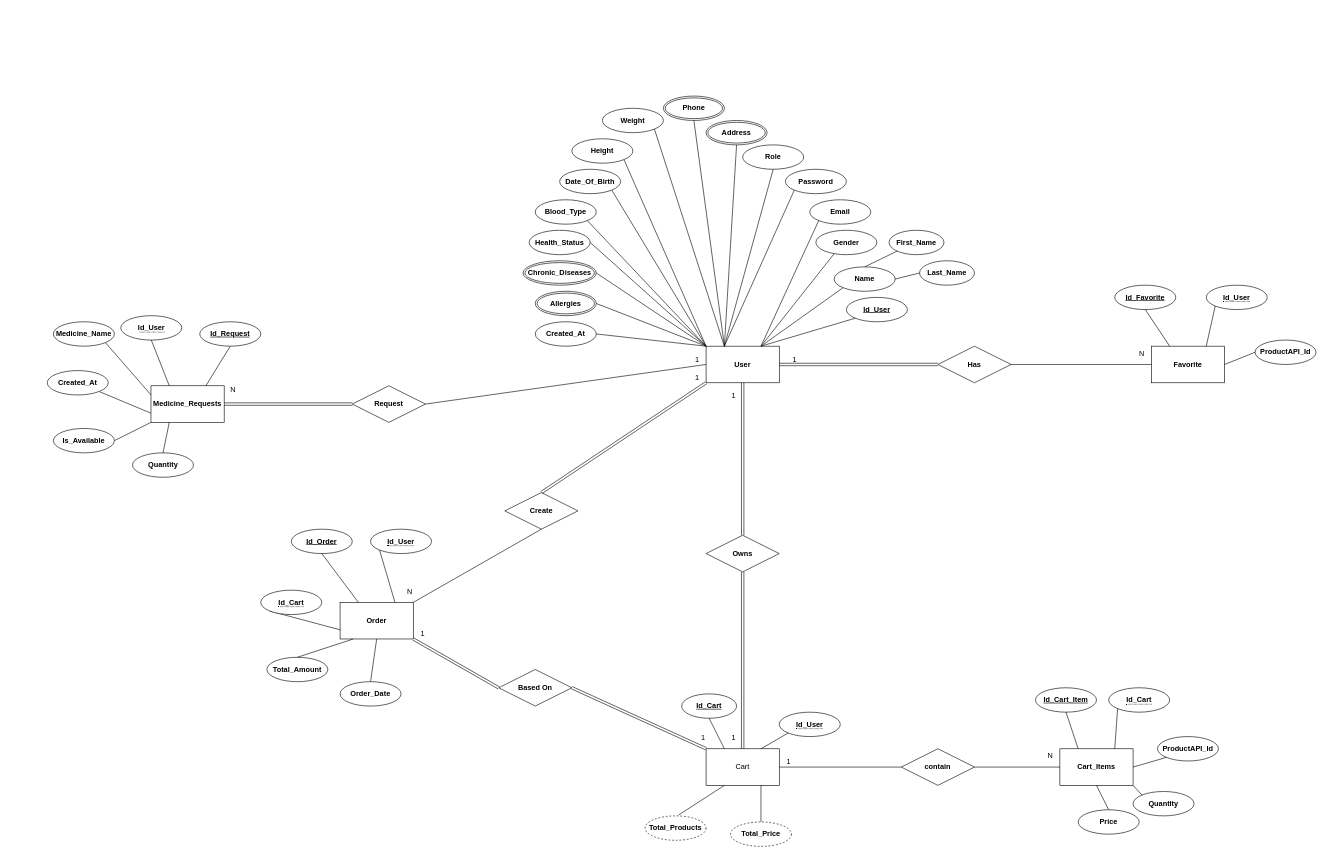
Before: Web Site Project/ERD and Schema/ERD/ERD.drawio.drawio in Amir-Adel-1/Graduation-Project, a draw.io diagram. Source tidied: cells renumbered, new cells numbered last; positions are measured from the earlier drawing's top-left corner, leaving out a move shared by most shapes. Both pictures are drawn from the tidied source at 61%, with x=0, y=0 at pixel (47, 96).
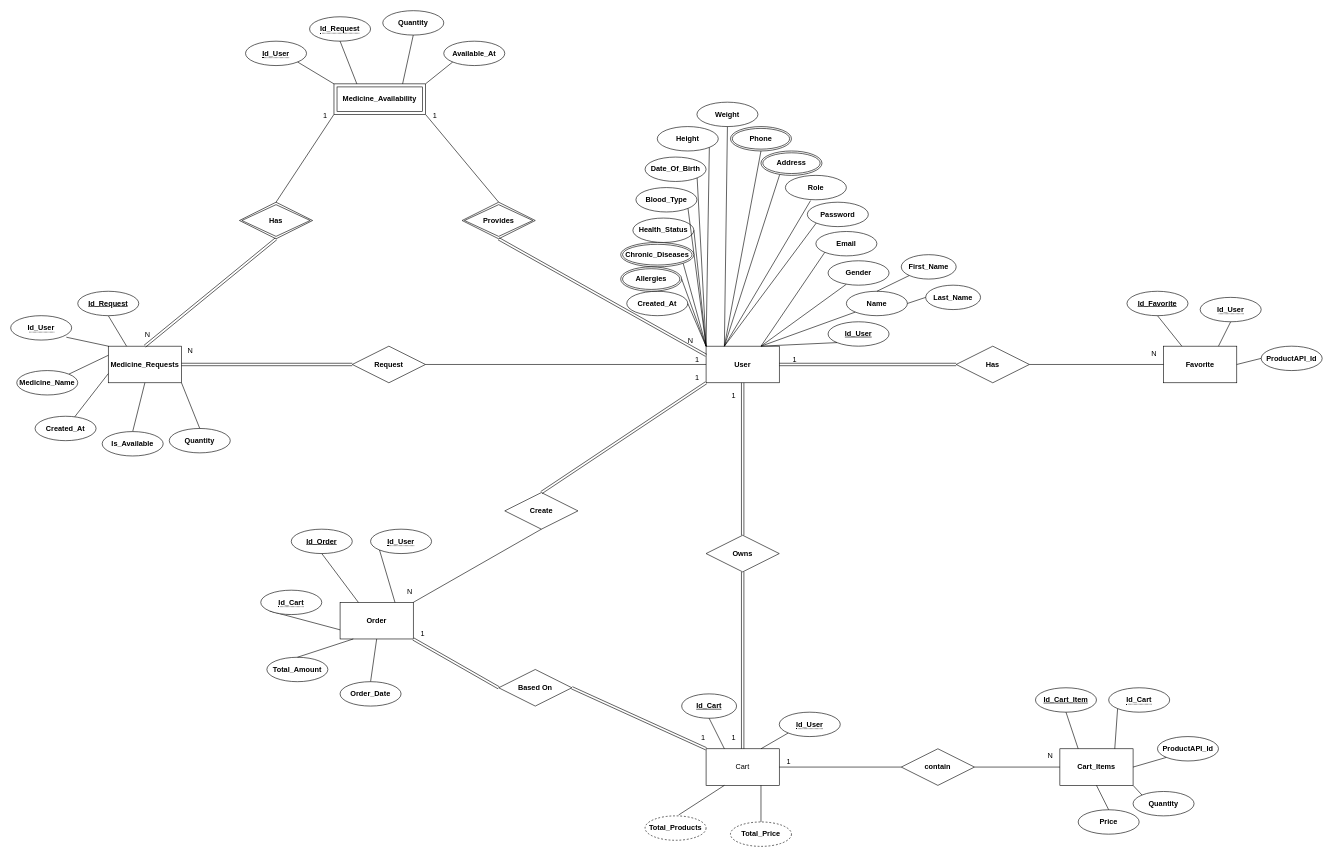
After the change.

The change refers to these unchanged cells:
```xml
<mxCell id="2" value="&lt;b&gt;User&lt;/b&gt;" style="rounded=0;whiteSpace=wrap;html=1;labelBackgroundColor=none;" parent="1" vertex="1">
  <mxGeometry x="1080" y="410" width="120" height="60" as="geometry" />
</mxCell>
```

The edit, as a diff of the source:
```diff
@@
     <mxCell id="3" value="&lt;b&gt;Gender&lt;/b&gt;" style="ellipse;whiteSpace=wrap;html=1;align=center;labelBackgroundColor=none;rounded=0;" parent="1" vertex="1">
-      <mxGeometry x="1260" y="220" width="100" height="40" as="geometry" />
+      <mxGeometry x="1280" y="270" width="100" height="40" as="geometry" />
     </mxCell>
     <mxCell id="4" value="&lt;b&gt;Name&lt;/b&gt;" style="ellipse;whiteSpace=wrap;html=1;align=center;labelBackgroundColor=none;rounded=0;" parent="1" vertex="1">
-      <mxGeometry x="1290" y="280" width="100" height="40" as="geometry" />
+      <mxGeometry x="1310" y="320" width="100" height="40" as="geometry" />
     </mxCell>
     <mxCell id="5" value="&lt;b&gt;Password&lt;/b&gt;" style="ellipse;whiteSpace=wrap;html=1;align=center;labelBackgroundColor=none;rounded=0;" parent="1" vertex="1">
-      <mxGeometry x="1210" y="120" width="100" height="40" as="geometry" />
+      <mxGeometry x="1246" y="174" width="100" height="40" as="geometry" />
     </mxCell>
     <mxCell id="6" value="&lt;b&gt;Blood_Type&lt;/b&gt;" style="ellipse;whiteSpace=wrap;html=1;align=center;labelBackgroundColor=none;rounded=0;" parent="1" vertex="1">
-      <mxGeometry x="800" y="170" width="100" height="40" as="geometry" />
+      <mxGeometry x="965" y="150" width="100" height="40" as="geometry" />
     </mxCell>
     <mxCell id="7" value="&lt;b&gt;Date_Of_Birth&lt;/b&gt;" style="ellipse;whiteSpace=wrap;html=1;align=center;labelBackgroundColor=none;rounded=0;" parent="1" vertex="1">
-      <mxGeometry x="840" y="120" width="100" height="40" as="geometry" />
+      <mxGeometry x="980" y="100" width="100" height="40" as="geometry" />
     </mxCell>
     <mxCell id="8" value="&lt;b&gt;Email&lt;/b&gt;" style="ellipse;whiteSpace=wrap;html=1;align=center;labelBackgroundColor=none;rounded=0;" parent="1" vertex="1">
-      <mxGeometry x="1250" y="170" width="100" height="40" as="geometry" />
+      <mxGeometry x="1260" y="222" width="100" height="40" as="geometry" />
     </mxCell>
     <mxCell id="9" value="&lt;b&gt;Height&lt;/b&gt;" style="ellipse;whiteSpace=wrap;html=1;align=center;labelBackgroundColor=none;rounded=0;" parent="1" vertex="1">
-      <mxGeometry x="860" y="70" width="100" height="40" as="geometry" />
+      <mxGeometry x="1000" y="50" width="100" height="40" as="geometry" />
     </mxCell>
     <mxCell id="10" value="&lt;b&gt;Weight&lt;/b&gt;" style="ellipse;whiteSpace=wrap;html=1;align=center;labelBackgroundColor=none;rounded=0;" parent="1" vertex="1">
-      <mxGeometry x="910" y="20" width="100" height="40" as="geometry" />
+      <mxGeometry x="1065" y="10" width="100" height="40" as="geometry" />
     </mxCell>
     <mxCell id="11" value="&lt;b&gt;Id_User&lt;/b&gt;" style="ellipse;whiteSpace=wrap;html=1;align=center;fontStyle=4;labelBackgroundColor=none;rounded=0;" parent="1" vertex="1">
-      <mxGeometry x="1310" y="330" width="100" height="40" as="geometry" />
+      <mxGeometry x="1280" y="370" width="100" height="40" as="geometry" />
     </mxCell>
     <mxCell id="12" value="&lt;strong&gt;Favorite&lt;/strong&gt;" style="rounded=0;whiteSpace=wrap;html=1;labelBackgroundColor=none;" parent="1" vertex="1">
-      <mxGeometry x="1810" y="410" width="120" height="60" as="geometry" />
+      <mxGeometry x="1830" y="410" width="120" height="60" as="geometry" />
     </mxCell>
     <mxCell id="13" value="&lt;b&gt;ProductAPI_Id&lt;/b&gt;" style="ellipse;whiteSpace=wrap;html=1;align=center;labelBackgroundColor=none;rounded=0;" parent="1" vertex="1">
-      <mxGeometry x="1980" y="400" width="100" height="40" as="geometry" />
+      <mxGeometry x="1990" y="410" width="100" height="40" as="geometry" />
     </mxCell>
     <mxCell id="14" value="&lt;b&gt;Id_&lt;span&gt;Favorite&lt;/span&gt;&lt;/b&gt;" style="ellipse;whiteSpace=wrap;html=1;align=center;fontStyle=4;labelBackgroundColor=none;rounded=0;" parent="1" vertex="1">
-      <mxGeometry x="1750" y="310" width="100" height="40" as="geometry" />
+      <mxGeometry x="1770" y="320" width="100" height="40" as="geometry" />
     </mxCell>
     <mxCell id="15" value="&lt;span style=&quot;border-bottom: 1px dotted&quot;&gt;&lt;b&gt;Id_User&lt;/b&gt;&lt;/span&gt;" style="ellipse;whiteSpace=wrap;html=1;align=center;labelBackgroundColor=none;rounded=0;" parent="1" vertex="1">
-      <mxGeometry x="1900" y="310" width="100" height="40" as="geometry" />
+      <mxGeometry x="1890" y="330" width="100" height="40" as="geometry" />
     </mxCell>
     <mxCell id="16" value="&lt;b&gt;Has&lt;/b&gt;" style="shape=rhombus;perimeter=rhombusPerimeter;whiteSpace=wrap;html=1;align=center;labelBackgroundColor=none;rounded=0;" parent="1" vertex="1">
-      <mxGeometry x="1460" y="410" width="120" height="60" as="geometry" />
+      <mxGeometry x="1490" y="410" width="120" height="60" as="geometry" />
     </mxCell>
@@
-    <mxCell id="22" style="endArrow=none;html=1;rounded=0;entryX=0;entryY=1;entryDx=0;entryDy=0;exitX=0.75;exitY=0;exitDx=0;exitDy=0;labelBackgroundColor=none;fontColor=default;" parent="1" edge="1" source="12" target="15">
+    <mxCell id="22" style="endArrow=none;html=1;rounded=0;entryX=0.5;entryY=1;entryDx=0;entryDy=0;exitX=0.75;exitY=0;exitDx=0;exitDy=0;labelBackgroundColor=none;fontColor=default;" parent="1" edge="1" source="12" target="15">
       <mxGeometry relative="1" as="geometry" />
     </mxCell>
@@
     <mxCell id="67" value="&lt;b&gt;Role&lt;/b&gt;" style="ellipse;whiteSpace=wrap;html=1;align=center;labelBackgroundColor=none;rounded=0;" parent="1" vertex="1">
-      <mxGeometry x="1140" y="80" width="100" height="40" as="geometry" />
+      <mxGeometry x="1210" y="130" width="100" height="40" as="geometry" />
     </mxCell>
@@
     <mxCell id="79" value="&lt;b&gt;Medicine_Requests&lt;/b&gt;" style="rounded=0;whiteSpace=wrap;html=1;labelBackgroundColor=none;" parent="1" vertex="1">
-      <mxGeometry x="170" y="474.9" width="120" height="60" as="geometry" />
+      <mxGeometry x="100" y="410" width="120" height="60" as="geometry" />
     </mxCell>
-    <mxCell id="80" style="endArrow=none;html=1;rounded=0;exitX=0.25;exitY=0;exitDx=0;exitDy=0;labelBackgroundColor=none;fontColor=default;entryX=0.5;entryY=1;entryDx=0;entryDy=0;" parent="1" edge="1" source="79" target="88">
+    <mxCell id="80" style="endArrow=none;html=1;rounded=0;exitX=0;exitY=0;exitDx=0;exitDy=0;labelBackgroundColor=none;fontColor=default;entryX=0.913;entryY=0.883;entryDx=0;entryDy=0;entryPerimeter=0;" parent="1" edge="1" source="79" target="88">
       <mxGeometry relative="1" as="geometry" />
     </mxCell>
-    <mxCell id="81" style="endArrow=none;html=1;rounded=0;entryX=0.5;entryY=1;entryDx=0;entryDy=0;exitX=0.75;exitY=0;exitDx=0;exitDy=0;labelBackgroundColor=none;fontColor=default;" parent="1" edge="1" source="79" target="87">
+    <mxCell id="81" style="endArrow=none;html=1;rounded=0;entryX=0.5;entryY=1;entryDx=0;entryDy=0;exitX=0.25;exitY=0;exitDx=0;exitDy=0;labelBackgroundColor=none;fontColor=default;" parent="1" edge="1" source="79" target="87">
       <mxGeometry relative="1" as="geometry" />
     </mxCell>
-    <mxCell id="82" style="endArrow=none;html=1;rounded=0;entryX=1;entryY=1;entryDx=0;entryDy=0;exitX=0;exitY=0.25;exitDx=0;exitDy=0;labelBackgroundColor=none;fontColor=default;" parent="1" edge="1" source="79" target="89">
+    <mxCell id="82" style="endArrow=none;html=1;rounded=0;entryX=1;entryY=0;entryDx=0;entryDy=0;exitX=0;exitY=0.25;exitDx=0;exitDy=0;labelBackgroundColor=none;fontColor=default;" parent="1" edge="1" source="79" target="89">
       <mxGeometry relative="1" as="geometry" />
     </mxCell>
-    <mxCell id="83" style="endArrow=none;html=1;rounded=0;entryX=1;entryY=0.5;entryDx=0;entryDy=0;exitX=0;exitY=1;exitDx=0;exitDy=0;labelBackgroundColor=none;fontColor=default;" parent="1" edge="1" source="79" target="91">
+    <mxCell id="83" style="endArrow=none;html=1;rounded=0;entryX=0.5;entryY=0;entryDx=0;entryDy=0;exitX=0.5;exitY=1;exitDx=0;exitDy=0;labelBackgroundColor=none;fontColor=default;" parent="1" edge="1" source="79" target="91">
       <mxGeometry relative="1" as="geometry" />
     </mxCell>
@@
     <mxCell id="87" value="&lt;b&gt;Id_Request&lt;/b&gt;" style="ellipse;whiteSpace=wrap;html=1;align=center;fontStyle=4;labelBackgroundColor=none;rounded=0;" parent="1" vertex="1">
-      <mxGeometry x="250" y="370" width="100" height="40" as="geometry" />
+      <mxGeometry x="50" y="320" width="100" height="40" as="geometry" />
     </mxCell>
     <mxCell id="88" value="&lt;span style=&quot;border-bottom: 1px dotted&quot;&gt;&lt;b&gt;Id_User&lt;/b&gt;&lt;/span&gt;" style="ellipse;whiteSpace=wrap;html=1;align=center;labelBackgroundColor=none;rounded=0;" parent="1" vertex="1">
-      <mxGeometry x="120.5" y="360" width="100" height="40" as="geometry" />
+      <mxGeometry x="-60" y="360" width="100" height="40" as="geometry" />
     </mxCell>
     <mxCell id="89" value="&lt;b&gt;Medicine_Name&lt;/b&gt;" style="ellipse;whiteSpace=wrap;html=1;align=center;labelBackgroundColor=none;rounded=0;" parent="1" vertex="1">
-      <mxGeometry x="10" y="370" width="100" height="40" as="geometry" />
+      <mxGeometry x="-50" y="450" width="100" height="40" as="geometry" />
     </mxCell>
     <mxCell id="90" value="&lt;b&gt;Created_At&lt;/b&gt;" style="ellipse;whiteSpace=wrap;html=1;align=center;labelBackgroundColor=none;rounded=0;" parent="1" vertex="1">
-      <mxGeometry y="450" width="100" height="40" as="geometry" />
+      <mxGeometry x="-20" y="524.9" width="100" height="40" as="geometry" />
     </mxCell>
     <mxCell id="91" value="&lt;b&gt;Is_Available&lt;/b&gt;" style="ellipse;whiteSpace=wrap;html=1;align=center;labelBackgroundColor=none;rounded=0;" parent="1" vertex="1">
-      <mxGeometry x="10" y="544.9" width="100" height="40" as="geometry" />
+      <mxGeometry x="90" y="550" width="100" height="40" as="geometry" />
     </mxCell>
     <mxCell id="92" value="&lt;b&gt;Request&lt;/b&gt;" style="shape=rhombus;perimeter=rhombusPerimeter;whiteSpace=wrap;html=1;align=center;labelBackgroundColor=none;rounded=0;" parent="1" vertex="1">
-      <mxGeometry x="500" y="474.9" width="120" height="60" as="geometry" />
+      <mxGeometry x="500" y="410" width="120" height="60" as="geometry" />
     </mxCell>
@@
     <mxCell id="95" value="&lt;b&gt;Last_Name&lt;/b&gt;" style="ellipse;whiteSpace=wrap;html=1;align=center;labelBackgroundColor=none;" parent="1" vertex="1">
-      <mxGeometry x="1430" y="270" width="90" height="40" as="geometry" />
+      <mxGeometry x="1440" y="310" width="90" height="40" as="geometry" />
     </mxCell>
     <mxCell id="96" value="&lt;b&gt;First_Name&lt;/b&gt;" style="ellipse;whiteSpace=wrap;html=1;align=center;labelBackgroundColor=none;" parent="1" vertex="1">
-      <mxGeometry x="1380" y="220" width="90" height="40" as="geometry" />
+      <mxGeometry x="1400" y="260" width="90" height="40" as="geometry" />
     </mxCell>
@@
-    <mxCell id="100" style="endArrow=none;html=1;rounded=0;entryX=0.5;entryY=1;entryDx=0;entryDy=0;exitX=0.25;exitY=0;exitDx=0;exitDy=0;labelBackgroundColor=none;fontColor=default;" parent="1" edge="1" source="2" target="67">
+    <mxCell id="100" style="endArrow=none;html=1;rounded=0;entryX=0.413;entryY=1.033;entryDx=0;entryDy=0;exitX=0.25;exitY=0;exitDx=0;exitDy=0;labelBackgroundColor=none;fontColor=default;entryPerimeter=0;" parent="1" edge="1" source="2" target="67">
       <mxGeometry relative="1" as="geometry" />
     </mxCell>
     <mxCell id="101" value="&lt;b&gt;Address&lt;/b&gt;" style="ellipse;shape=doubleEllipse;margin=3;whiteSpace=wrap;html=1;align=center;labelBackgroundColor=none;" parent="1" vertex="1">
-      <mxGeometry x="1080" y="40" width="100" height="40" as="geometry" />
+      <mxGeometry x="1170" y="90" width="100" height="40" as="geometry" />
     </mxCell>
-    <mxCell id="102" style="endArrow=none;html=1;rounded=0;entryX=0.5;entryY=1;entryDx=0;entryDy=0;exitX=0.25;exitY=0;exitDx=0;exitDy=0;labelBackgroundColor=none;fontColor=default;" parent="1" edge="1" source="2" target="101">
+    <mxCell id="102" style="endArrow=none;html=1;rounded=0;entryX=0.307;entryY=0.967;entryDx=0;entryDy=0;exitX=0.25;exitY=0;exitDx=0;exitDy=0;labelBackgroundColor=none;fontColor=default;entryPerimeter=0;" parent="1" edge="1" source="2" target="101">
       <mxGeometry relative="1" as="geometry" />
     </mxCell>
     <mxCell id="103" value="&lt;b&gt;Phone&lt;/b&gt;" style="ellipse;shape=doubleEllipse;margin=3;whiteSpace=wrap;html=1;align=center;labelBackgroundColor=none;" parent="1" vertex="1">
-      <mxGeometry x="1010" width="100" height="40" as="geometry" />
+      <mxGeometry x="1120" y="50" width="100" height="40" as="geometry" />
     </mxCell>
@@
-    <mxCell id="105" style="endArrow=none;html=1;rounded=0;entryX=1;entryY=1;entryDx=0;entryDy=0;exitX=0.25;exitY=0;exitDx=0;exitDy=0;labelBackgroundColor=none;fontColor=default;" parent="1" edge="1" source="2" target="10">
+    <mxCell id="105" style="endArrow=none;html=1;rounded=0;entryX=0.5;entryY=1;entryDx=0;entryDy=0;exitX=0.25;exitY=0;exitDx=0;exitDy=0;labelBackgroundColor=none;fontColor=default;" parent="1" edge="1" source="2" target="10">
       <mxGeometry relative="1" as="geometry" />
     </mxCell>
@@
     <mxCell id="107" value="&lt;b&gt;Health_Status&lt;/b&gt;" style="ellipse;whiteSpace=wrap;html=1;align=center;labelBackgroundColor=none;rounded=0;" parent="1" vertex="1">
-      <mxGeometry x="790" y="220" width="100" height="40" as="geometry" />
+      <mxGeometry x="960" y="200" width="100" height="40" as="geometry" />
     </mxCell>
@@
-    <mxCell id="110" style="endArrow=none;html=1;rounded=0;entryX=1;entryY=0.5;entryDx=0;entryDy=0;exitX=0;exitY=0;exitDx=0;exitDy=0;labelBackgroundColor=none;fontColor=default;" parent="1" edge="1" source="2" target="114">
+    <mxCell id="110" style="endArrow=none;html=1;rounded=0;entryX=1;entryY=1;entryDx=0;entryDy=0;exitX=0;exitY=0;exitDx=0;exitDy=0;labelBackgroundColor=none;fontColor=default;" parent="1" edge="1" source="2" target="114">
       <mxGeometry relative="1" as="geometry" />
     </mxCell>
@@
     <mxCell id="112" value="&lt;b&gt;Created_At&lt;/b&gt;" style="ellipse;whiteSpace=wrap;html=1;align=center;labelBackgroundColor=none;" parent="1" vertex="1">
-      <mxGeometry x="800" y="370" width="100" height="40" as="geometry" />
+      <mxGeometry x="950" y="320" width="100" height="40" as="geometry" />
     </mxCell>
@@
     <mxCell id="114" value="&lt;b&gt;Chronic_Diseases&lt;/b&gt;" style="ellipse;shape=doubleEllipse;margin=3;whiteSpace=wrap;html=1;align=center;labelBackgroundColor=none;" parent="1" vertex="1">
-      <mxGeometry x="780" y="270" width="120" height="40" as="geometry" />
+      <mxGeometry x="940" y="240" width="120" height="40" as="geometry" />
     </mxCell>
     <mxCell id="115" value="&lt;b&gt;Allergies&lt;/b&gt;" style="ellipse;shape=doubleEllipse;margin=3;whiteSpace=wrap;html=1;align=center;labelBackgroundColor=none;" parent="1" vertex="1">
-      <mxGeometry x="800" y="320" width="100" height="40" as="geometry" />
+      <mxGeometry x="940" y="280" width="100" height="40" as="geometry" />
     </mxCell>
     <mxCell id="116" value="&lt;b&gt;Quantity&lt;/b&gt;" style="ellipse;whiteSpace=wrap;html=1;align=center;labelBackgroundColor=none;rounded=0;" parent="1" vertex="1">
-      <mxGeometry x="139.7" y="584.9" width="100" height="40" as="geometry" />
+      <mxGeometry x="200" y="544.9" width="100" height="40" as="geometry" />
     </mxCell>
-    <mxCell id="117" style="endArrow=none;html=1;rounded=0;exitX=0.5;exitY=0;exitDx=0;exitDy=0;entryX=0.25;entryY=1;entryDx=0;entryDy=0;" parent="1" edge="1" source="116" target="79">
+    <mxCell id="117" style="endArrow=none;html=1;rounded=0;exitX=0.5;exitY=0;exitDx=0;exitDy=0;entryX=1;entryY=1;entryDx=0;entryDy=0;" parent="1" edge="1" source="116" target="79">
       <mxGeometry relative="1" as="geometry" />
     </mxCell>
@@
+    <mxCell id="122" style="html=1;whiteSpace=wrap;align=right;verticalAlign=bottom;labelBackgroundColor=none;rounded=0;" parent="1" vertex="1">
+      <mxGeometry x="465.5" y="110" as="geometry" />
+    </mxCell>
+    <mxCell id="123" style="html=1;whiteSpace=wrap;align=right;verticalAlign=bottom;labelBackgroundColor=none;rounded=0;" parent="1" vertex="1">
+      <mxGeometry x="484.7" y="179.9" as="geometry" />
+    </mxCell>
+    <mxCell id="124" value="&lt;b&gt;Medicine_Availability&lt;/b&gt;" style="shape=ext;margin=3;double=1;whiteSpace=wrap;html=1;align=center;" parent="1" vertex="1">
+      <mxGeometry x="470" y="-20" width="150" height="50" as="geometry" />
+    </mxCell>
+    <mxCell id="125" style="endArrow=none;html=1;rounded=0;entryX=0;entryY=1;entryDx=0;entryDy=0;exitX=0.5;exitY=0;exitDx=0;exitDy=0;" parent="1" edge="1" source="129" target="124">
+      <mxGeometry relative="1" as="geometry" />
+    </mxCell>
+    <mxCell id="126" value="1" style="html=1;whiteSpace=wrap;align=right;verticalAlign=bottom;" parent="125" vertex="1">
+      <mxGeometry x="1" relative="1" as="geometry">
+        <mxPoint x="-10" y="10" as="offset" />
+      </mxGeometry>
+    </mxCell>
+    <mxCell id="127" style="endArrow=none;html=1;rounded=0;entryX=1;entryY=1;entryDx=0;entryDy=0;exitX=0.5;exitY=0;exitDx=0;exitDy=0;" parent="1" edge="1" source="132" target="124">
+      <mxGeometry relative="1" as="geometry" />
+    </mxCell>
+    <mxCell id="128" value="1" style="html=1;whiteSpace=wrap;align=right;verticalAlign=bottom;" parent="127" vertex="1">
+      <mxGeometry x="1" relative="1" as="geometry">
+        <mxPoint x="20" y="10" as="offset" />
+      </mxGeometry>
+    </mxCell>
+    <mxCell id="129" value="&lt;b&gt;Has&lt;/b&gt;" style="shape=rhombus;double=1;perimeter=rhombusPerimeter;whiteSpace=wrap;html=1;align=center;" parent="1" vertex="1">
+      <mxGeometry x="315" y="174" width="120" height="60" as="geometry" />
+    </mxCell>
+    <mxCell id="130" style="shape=link;html=1;rounded=0;exitX=0.5;exitY=1;exitDx=0;exitDy=0;entryX=0.5;entryY=0;entryDx=0;entryDy=0;" parent="1" edge="1" source="129" target="79">
+      <mxGeometry relative="1" as="geometry" />
+    </mxCell>
+    <mxCell id="131" value="N" style="html=1;whiteSpace=wrap;align=right;verticalAlign=bottom;" parent="130" vertex="1">
+      <mxGeometry x="1" relative="1" as="geometry">
+        <mxPoint x="10" y="-10" as="offset" />
+      </mxGeometry>
+    </mxCell>
+    <mxCell id="132" value="&lt;span&gt;&lt;b&gt;Provides&lt;/b&gt;&lt;/span&gt;" style="shape=rhombus;double=1;perimeter=rhombusPerimeter;whiteSpace=wrap;html=1;align=center;" parent="1" vertex="1">
+      <mxGeometry x="680" y="174" width="120" height="60" as="geometry" />
+    </mxCell>
+    <mxCell id="133" style="shape=link;html=1;rounded=0;exitX=0.5;exitY=1;exitDx=0;exitDy=0;entryX=0;entryY=0.25;entryDx=0;entryDy=0;" parent="1" edge="1" source="132" target="2">
+      <mxGeometry relative="1" as="geometry" />
+    </mxCell>
+    <mxCell id="134" value="N" style="html=1;whiteSpace=wrap;align=right;verticalAlign=bottom;" parent="133" vertex="1">
+      <mxGeometry x="1" relative="1" as="geometry">
+        <mxPoint x="-20" y="-15" as="offset" />
+      </mxGeometry>
+    </mxCell>
+    <mxCell id="135" value="&lt;span style=&quot;border-bottom: 1px dotted&quot;&gt;&lt;b&gt;Id_Request&lt;/b&gt;&lt;/span&gt;" style="ellipse;whiteSpace=wrap;html=1;align=center;" parent="1" vertex="1">
+      <mxGeometry x="430" y="-130" width="100" height="40" as="geometry" />
+    </mxCell>
+    <mxCell id="136" value="&lt;span style=&quot;border-bottom: 1px dotted&quot;&gt;&lt;b&gt;Id_User&lt;/b&gt;&lt;/span&gt;" style="ellipse;whiteSpace=wrap;html=1;align=center;" parent="1" vertex="1">
+      <mxGeometry x="325" y="-90" width="100" height="40" as="geometry" />
+    </mxCell>
+    <mxCell id="137" value="&lt;b&gt;Quantity&lt;/b&gt;" style="ellipse;whiteSpace=wrap;html=1;align=center;" parent="1" vertex="1">
+      <mxGeometry x="550" y="-140" width="100" height="40" as="geometry" />
+    </mxCell>
+    <mxCell id="138" value="&lt;b&gt;Available_At&lt;/b&gt;" style="ellipse;whiteSpace=wrap;html=1;align=center;" parent="1" vertex="1">
+      <mxGeometry x="650" y="-90" width="100" height="40" as="geometry" />
+    </mxCell>
+    <mxCell id="139" style="endArrow=none;html=1;rounded=0;exitX=1;exitY=1;exitDx=0;exitDy=0;entryX=0;entryY=0;entryDx=0;entryDy=0;" parent="1" edge="1" source="136" target="124">
+      <mxGeometry relative="1" as="geometry" />
+    </mxCell>
+    <mxCell id="140" style="endArrow=none;html=1;rounded=0;entryX=0.5;entryY=1;entryDx=0;entryDy=0;exitX=0.25;exitY=0;exitDx=0;exitDy=0;" parent="1" edge="1" source="124" target="135">
+      <mxGeometry relative="1" as="geometry" />
+    </mxCell>
+    <mxCell id="141" style="endArrow=none;html=1;rounded=0;entryX=0.5;entryY=1;entryDx=0;entryDy=0;exitX=0.75;exitY=0;exitDx=0;exitDy=0;" parent="1" edge="1" source="124" target="137">
+      <mxGeometry relative="1" as="geometry" />
+    </mxCell>
+    <mxCell id="142" style="endArrow=none;html=1;rounded=0;entryX=0;entryY=1;entryDx=0;entryDy=0;exitX=1;exitY=0;exitDx=0;exitDy=0;" parent="1" edge="1" source="124" target="138">
+      <mxGeometry relative="1" as="geometry" />
+    </mxCell>
```
